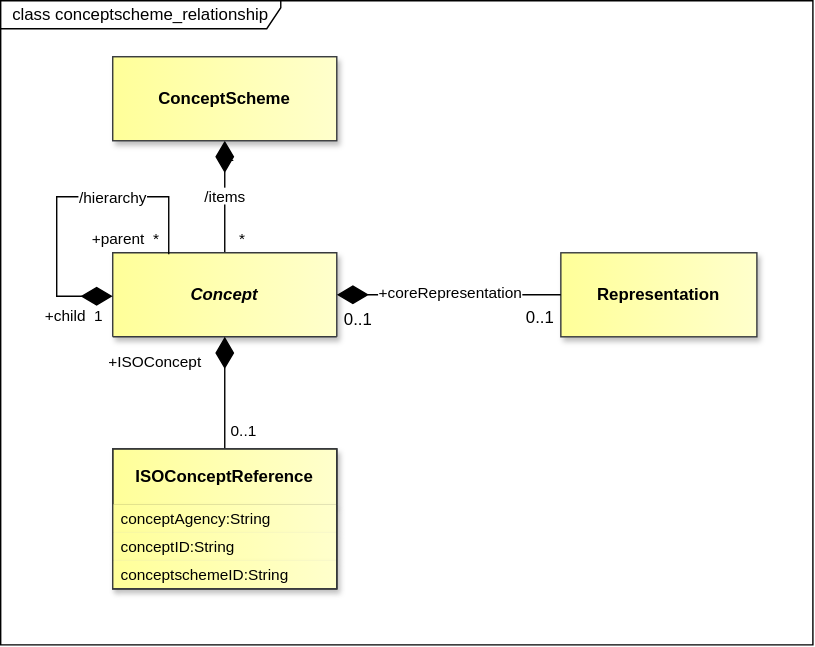
sdmx-twg/sdmx-im keeps this draw.io diagram as docs/information_model/media/sdmx_conceptscheme-conceptschemerelationship.svg. Above is the earlier version. Source tidied: cells renumbered, new cells last; positions are measured from the earlier drawing's top-left corner, leaving out a move shared by most shapes.
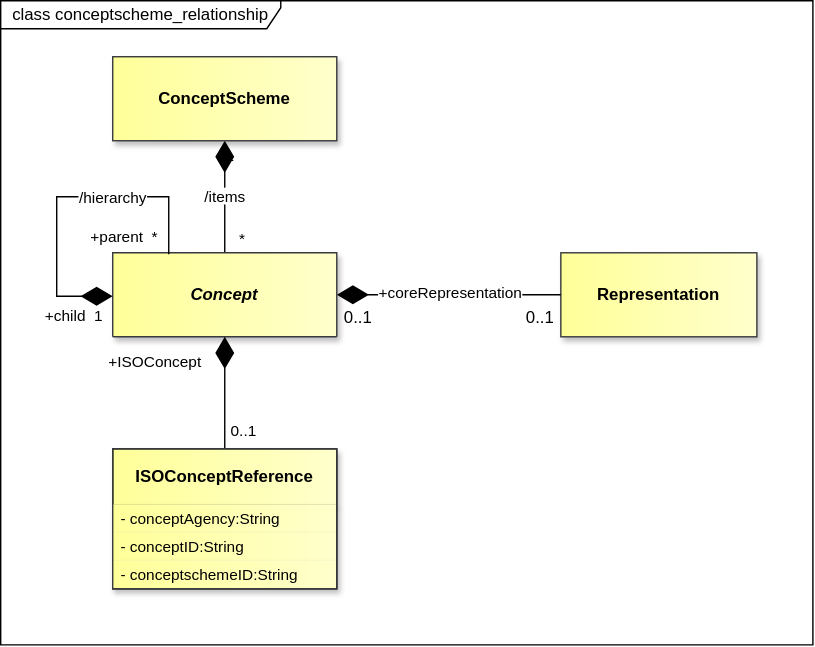
The same file after the commit.

The edit, as a diff of the source:
```diff
@@ -43,13 +43,13 @@
     <mxCell id="12" value="ISOConceptReference" style="swimlane;fontStyle=1;align=center;verticalAlign=middle;horizontal=1;startSize=40;whiteSpace=wrap;html=1;fillColor=light-dark(#FFFF99,#FFFF99);strokeColor=light-dark(#000000,#000000);gradientDirection=east;swimlaneLine=1;fontColor=light-dark(#000000,#000000);labelBackgroundColor=none;textShadow=0;gradientColor=light-dark(#FFFFCC,#FFFFCC);shadow=1;" parent="1" vertex="1">
       <mxGeometry x="80" y="320" width="160" height="100" as="geometry" />
     </mxCell>
-    <mxCell id="13" value="conceptAgency:String" style="text;strokeColor=none;fillColor=light-dark(#FFFF99,#FFFF99);align=left;verticalAlign=middle;spacingLeft=4;spacingRight=4;overflow=hidden;whiteSpace=wrap;html=1;fontFamily=Helvetica;fontSize=11;fontColor=light-dark(#000000,#000000);gradientColor=light-dark(#FFFFCC,#FFFFCC);gradientDirection=east;shadow=1;" parent="12" vertex="1">
+    <mxCell id="13" value="- conceptAgency:String" style="text;strokeColor=none;fillColor=light-dark(#FFFF99,#FFFF99);align=left;verticalAlign=middle;spacingLeft=4;spacingRight=4;overflow=hidden;whiteSpace=wrap;html=1;fontFamily=Helvetica;fontSize=11;fontColor=light-dark(#000000,#000000);gradientColor=light-dark(#FFFFCC,#FFFFCC);gradientDirection=east;shadow=1;" parent="12" vertex="1">
       <mxGeometry y="40" width="160" height="20" as="geometry" />
     </mxCell>
-    <mxCell id="14" value="conceptID:String" style="text;strokeColor=none;fillColor=light-dark(#FFFF99,#FFFF99);align=left;verticalAlign=middle;spacingLeft=4;spacingRight=4;overflow=hidden;whiteSpace=wrap;html=1;fontFamily=Helvetica;fontSize=11;fontColor=light-dark(#000000,#000000);gradientColor=light-dark(#FFFFCC,#FFFFCC);gradientDirection=east;shadow=1;" parent="12" vertex="1">
+    <mxCell id="14" value="- conceptID:String" style="text;strokeColor=none;fillColor=light-dark(#FFFF99,#FFFF99);align=left;verticalAlign=middle;spacingLeft=4;spacingRight=4;overflow=hidden;whiteSpace=wrap;html=1;fontFamily=Helvetica;fontSize=11;fontColor=light-dark(#000000,#000000);gradientColor=light-dark(#FFFFCC,#FFFFCC);gradientDirection=east;shadow=1;" parent="12" vertex="1">
       <mxGeometry y="60" width="160" height="20" as="geometry" />
     </mxCell>
-    <mxCell id="15" value="conceptschemeID:String" style="text;strokeColor=none;fillColor=light-dark(#FFFF99,#FFFF99);align=left;verticalAlign=middle;spacingLeft=4;spacingRight=4;overflow=hidden;whiteSpace=wrap;html=1;fontFamily=Helvetica;fontSize=11;fontColor=light-dark(#000000,#000000);gradientColor=light-dark(#FFFFCC,#FFFFCC);gradientDirection=east;shadow=1;" parent="12" vertex="1">
+    <mxCell id="15" value="- conceptschemeID:String" style="text;strokeColor=none;fillColor=light-dark(#FFFF99,#FFFF99);align=left;verticalAlign=middle;spacingLeft=4;spacingRight=4;overflow=hidden;whiteSpace=wrap;html=1;fontFamily=Helvetica;fontSize=11;fontColor=light-dark(#000000,#000000);gradientColor=light-dark(#FFFFCC,#FFFFCC);gradientDirection=east;shadow=1;" parent="12" vertex="1">
       <mxGeometry y="80" width="160" height="20" as="geometry" />
     </mxCell>
     <mxCell id="16" value="&lt;span style=&quot;background-color: rgb(255, 255, 255);&quot;&gt;+ISOConcept&lt;/span&gt;" style="endArrow=none;html=1;endSize=12;startArrow=diamondThin;startSize=20;startFill=1;rounded=0;endFill=0;strokeColor=light-dark(#000000,#FFFFFF);fontColor=light-dark(#000000,#FFFFFF);labelBackgroundColor=none;exitX=0.5;exitY=1;exitDx=0;exitDy=0;entryX=0.5;entryY=0;entryDx=0;entryDy=0;" parent="1" edge="1" source="7" target="12">
```
